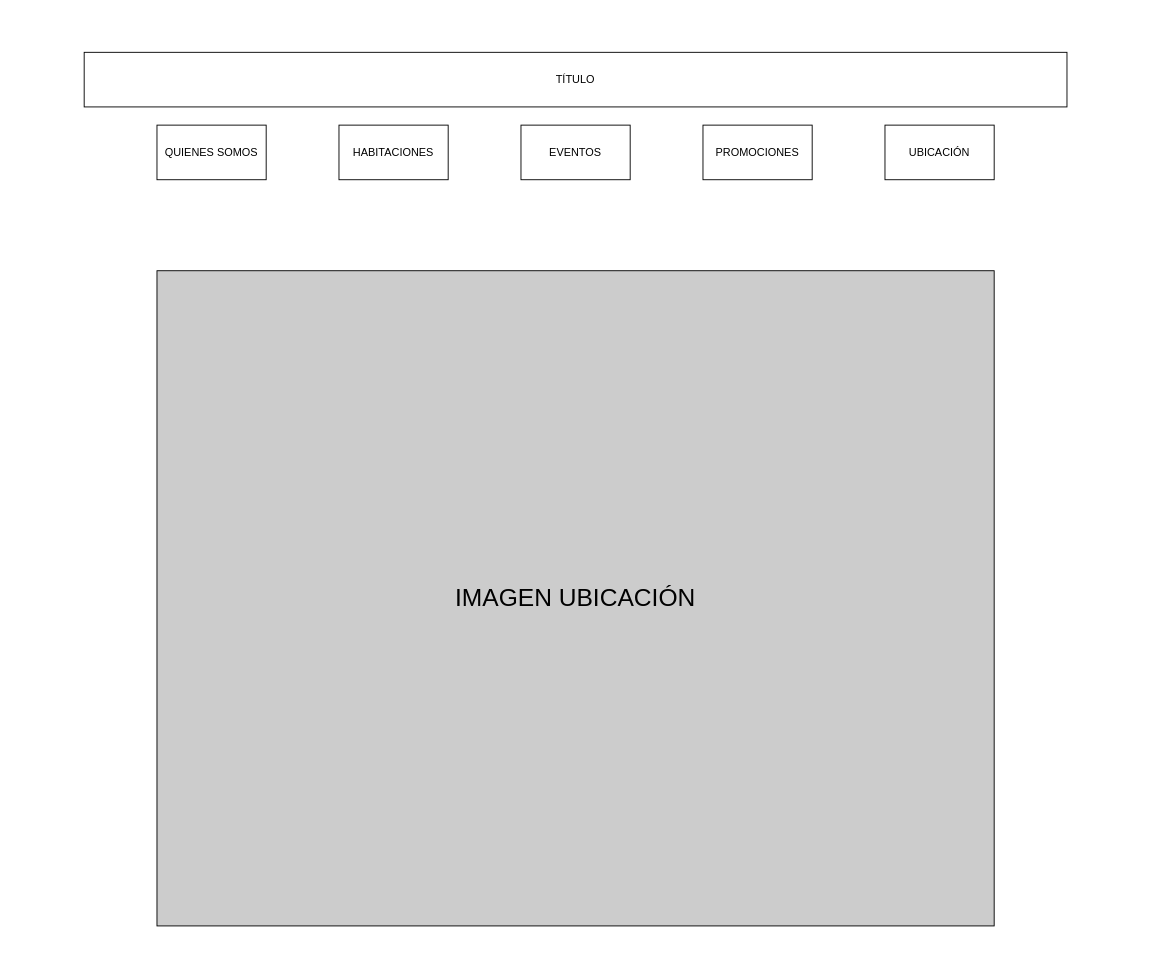
The draw.io diagram page "UBICACIÓN" (5 of 5) of Clase-1.drawio in luccas13/Curso-HTML-CSS-JS, before the edit. Source tidied: cells renumbered, new cells numbered last; positions are measured from the earlier drawing's top-left corner, leaving out a move shared by most shapes. Both pictures are drawn from the tidied source at 91%, with x=0, y=0 at pixel (84, 52).
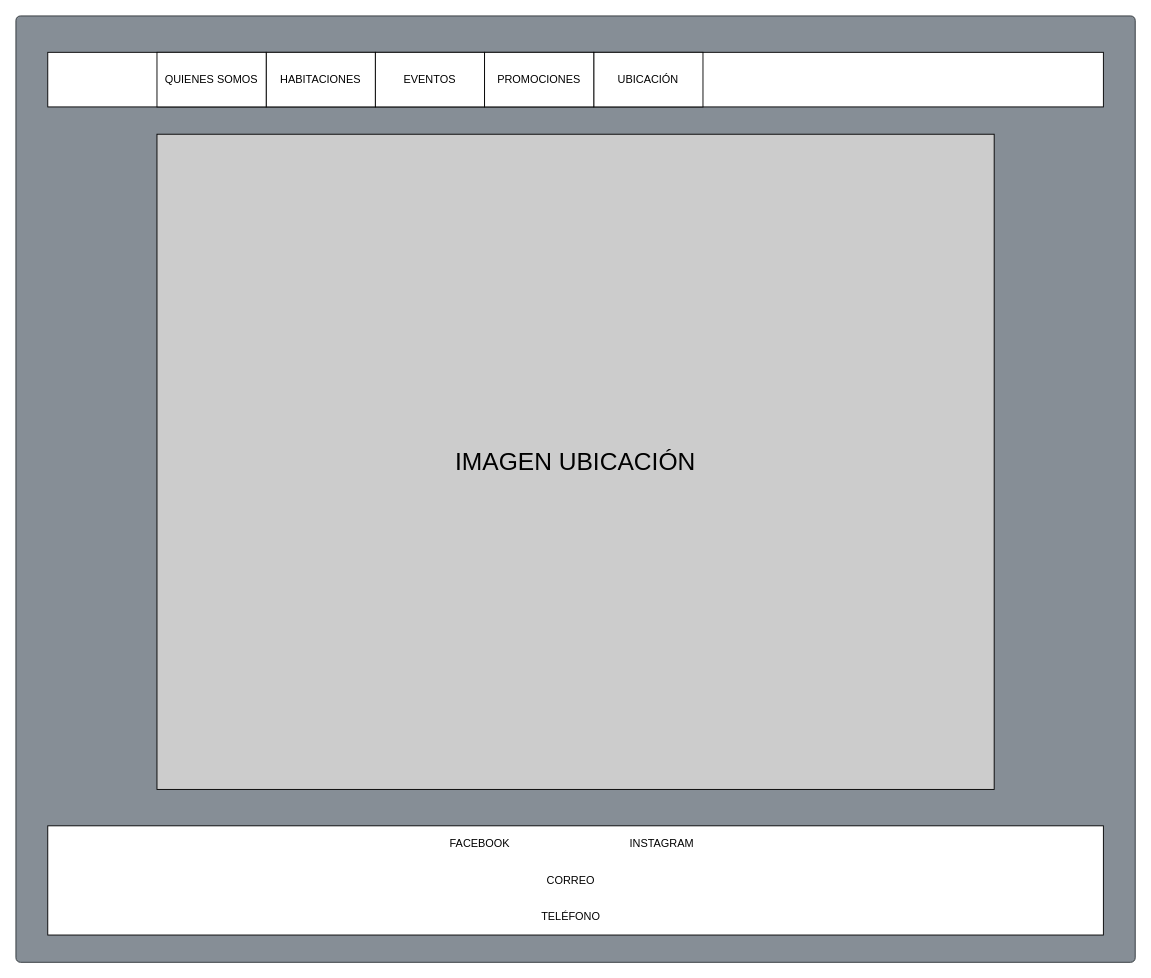
The same diagram, later.

The edit, as a diff of the source:
```diff
@@
 <mxGraphModel background="#ffffff">
   <root>
     <mxCell id="0" />
     <mxCell id="1" parent="0" />
-    <mxCell id="2" value="TÍTULO" style="whiteSpace=wrap;html=1;" parent="1" vertex="1">
-      <mxGeometry width="1080" height="60" as="geometry" />
-    </mxCell>
+    <mxCell id="9" style="html=1;shadow=0;dashed=0;shape=mxgraph.bootstrap.rrect;rSize=5;strokeColor=#2D3338;html=1;whiteSpace=wrap;fillColor=#868E96;fontColor=#ffffff;verticalAlign=middle;align=center;spacing=20;fontSize=60;" parent="1" vertex="1">
+      <mxGeometry x="-75" y="-40" width="1230" height="1040" as="geometry" />
+    </mxCell>
+    <mxCell id="10" style="whiteSpace=wrap;html=1;" parent="1" vertex="1">
+      <mxGeometry x="-40" width="1160" height="60" as="geometry" />
+    </mxCell>
     <mxCell id="3" value="HABITACIONES" style="whiteSpace=wrap;html=1;" parent="1" vertex="1">
-      <mxGeometry x="280" y="80" width="120" height="60" as="geometry" />
+      <mxGeometry x="200" width="120" height="60" as="geometry" />
     </mxCell>
     <mxCell id="4" value="EVENTOS" style="whiteSpace=wrap;html=1;" parent="1" vertex="1">
-      <mxGeometry x="480" y="80" width="120" height="60" as="geometry" />
+      <mxGeometry x="320" width="120" height="60" as="geometry" />
     </mxCell>
     <mxCell id="5" value="QUIENES SOMOS" style="whiteSpace=wrap;html=1;" parent="1" vertex="1">
-      <mxGeometry x="80" y="80" width="120" height="60" as="geometry" />
+      <mxGeometry x="80" width="120" height="60" as="geometry" />
     </mxCell>
     <mxCell id="6" value="UBICACIÓN" style="whiteSpace=wrap;html=1;" parent="1" vertex="1">
-      <mxGeometry x="880" y="80" width="120" height="60" as="geometry" />
+      <mxGeometry x="560" width="120" height="60" as="geometry" />
     </mxCell>
     <mxCell id="7" value="PROMOCIONES" style="whiteSpace=wrap;html=1;" parent="1" vertex="1">
-      <mxGeometry x="680" y="80" width="120" height="60" as="geometry" />
+      <mxGeometry x="440" width="120" height="60" as="geometry" />
     </mxCell>
     <mxCell id="8" value="&lt;font style=&quot;font-size: 27px&quot;&gt;IMAGEN UBICACIÓN&lt;/font&gt;" style="rounded=0;whiteSpace=wrap;html=1;align=center;labelBackgroundColor=none;fillColor=#CCCCCC;" parent="1" vertex="1">
-      <mxGeometry x="80" y="240" width="920" height="720" as="geometry" />
+      <mxGeometry x="80" y="90" width="920" height="720" as="geometry" />
     </mxCell>
+    <mxCell id="11" style="whiteSpace=wrap;html=1;" parent="1" vertex="1">
+      <mxGeometry x="-40" y="850" width="1160" height="120" as="geometry" />
+    </mxCell>
+    <mxCell id="12" value="FACEBOOK" style="text;html=1;strokeColor=none;fillColor=none;align=center;verticalAlign=middle;whiteSpace=wrap;" parent="1" vertex="1">
+      <mxGeometry x="335" y="850" width="200" height="40" as="geometry" />
+    </mxCell>
+    <mxCell id="13" value="INSTAGRAM" style="text;html=1;strokeColor=none;fillColor=none;align=center;verticalAlign=middle;whiteSpace=wrap;" parent="1" vertex="1">
+      <mxGeometry x="535" y="850" width="200" height="40" as="geometry" />
+    </mxCell>
+    <mxCell id="14" value="CORREO" style="text;html=1;strokeColor=none;fillColor=none;align=center;verticalAlign=middle;whiteSpace=wrap;" parent="1" vertex="1">
+      <mxGeometry x="435" y="890" width="200" height="40" as="geometry" />
+    </mxCell>
+    <mxCell id="15" value="TELÉFONO" style="text;html=1;strokeColor=none;fillColor=none;align=center;verticalAlign=middle;whiteSpace=wrap;" parent="1" vertex="1">
+      <mxGeometry x="435" y="930" width="200" height="40" as="geometry" />
+    </mxCell>
   </root>
 </mxGraphModel>
```
